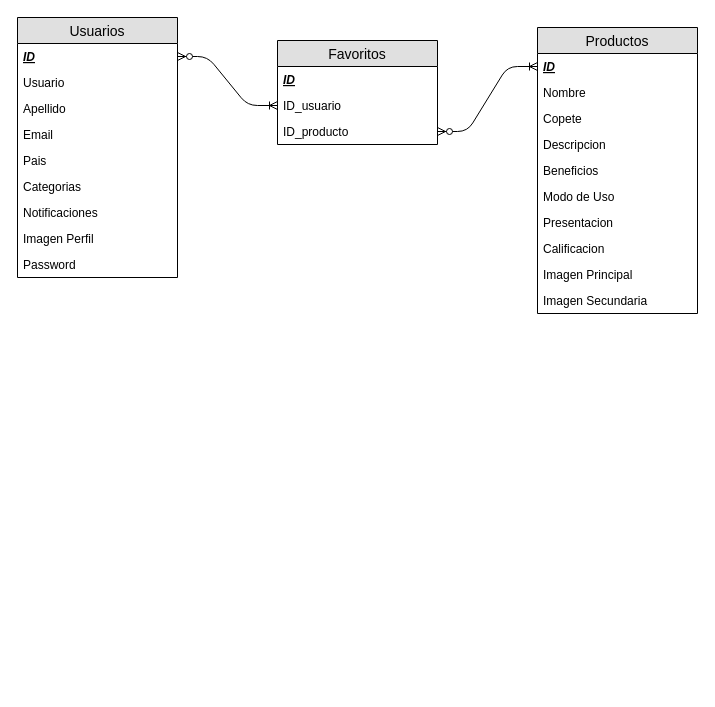
Above: maqueta/Lorem Ipsum DataBase.drawio in TomasMVazquez/lorem_ipsum (draw.io), before the change. Source tidied: cells renumbered, new cells numbered last; positions are measured from the earlier drawing's top-left corner, leaving out a move shared by most shapes. Both pictures are drawn from the tidied source at 100%, with x=0, y=0 at pixel (17, 17).
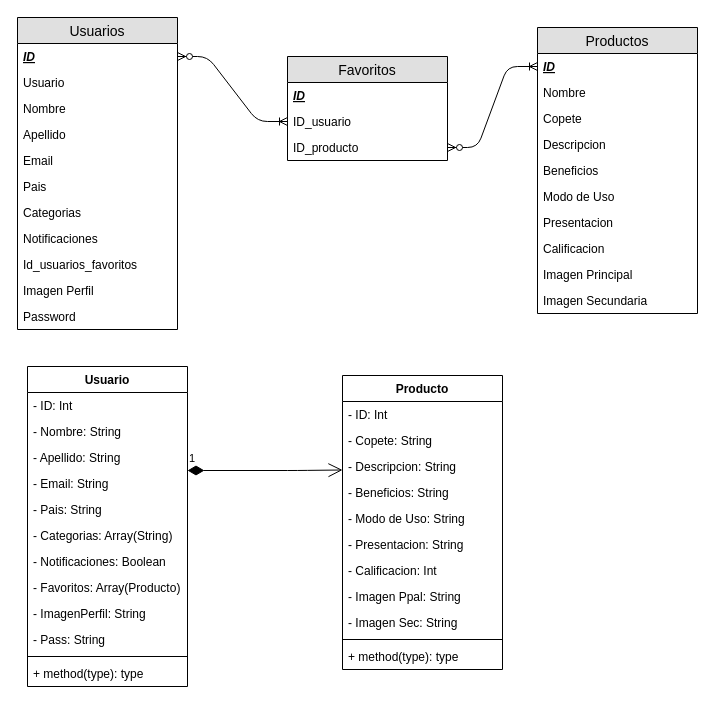
Above is the later version.

Commit message:
maqueta UML

What changed in the source:
```diff
@@
     <mxCell id="2" value="Usuarios" style="swimlane;fontStyle=0;horizontal=1;startSize=26;fillColor=#e0e0e0;swimlaneFillColor=#ffffff;align=center;fontSize=14;" parent="1" vertex="1">
-      <mxGeometry width="160" height="260" as="geometry" />
+      <mxGeometry width="160" height="312" as="geometry" />
     </mxCell>
@@
+    <mxCell id="29" value="Nombre" style="text;strokeColor=none;fillColor=none;spacingLeft=4;spacingRight=4;overflow=hidden;fontSize=12;" parent="2" vertex="1">
+      <mxGeometry y="78" width="160" height="26" as="geometry" />
+    </mxCell>
     <mxCell id="5" value="Apellido" style="text;strokeColor=none;fillColor=none;spacingLeft=4;spacingRight=4;overflow=hidden;fontSize=12;" parent="2" vertex="1">
-      <mxGeometry y="78" width="160" height="26" as="geometry" />
+      <mxGeometry y="104" width="160" height="26" as="geometry" />
     </mxCell>
     <mxCell id="6" value="Email" style="text;strokeColor=none;fillColor=none;spacingLeft=4;spacingRight=4;overflow=hidden;fontSize=12;" parent="2" vertex="1">
-      <mxGeometry y="104" width="160" height="26" as="geometry" />
+      <mxGeometry y="130" width="160" height="26" as="geometry" />
     </mxCell>
     <mxCell id="7" value="Pais" style="text;strokeColor=none;fillColor=none;spacingLeft=4;spacingRight=4;overflow=hidden;fontSize=12;" parent="2" vertex="1">
-      <mxGeometry y="130" width="160" height="26" as="geometry" />
+      <mxGeometry y="156" width="160" height="26" as="geometry" />
     </mxCell>
     <mxCell id="8" value="Categorias" style="text;strokeColor=none;fillColor=none;spacingLeft=4;spacingRight=4;overflow=hidden;fontSize=12;" parent="2" vertex="1">
-      <mxGeometry y="156" width="160" height="26" as="geometry" />
+      <mxGeometry y="182" width="160" height="26" as="geometry" />
     </mxCell>
     <mxCell id="9" value="Notificaciones" style="text;strokeColor=none;fillColor=none;spacingLeft=4;spacingRight=4;overflow=hidden;fontSize=12;" parent="2" vertex="1">
-      <mxGeometry y="182" width="160" height="26" as="geometry" />
+      <mxGeometry y="208" width="160" height="26" as="geometry" />
     </mxCell>
+    <mxCell id="30" value="Id_usuarios_favoritos" style="text;strokeColor=none;fillColor=none;spacingLeft=4;spacingRight=4;overflow=hidden;fontSize=12;" parent="2" vertex="1">
+      <mxGeometry y="234" width="160" height="26" as="geometry" />
+    </mxCell>
     <mxCell id="10" value="Imagen Perfil" style="text;strokeColor=none;fillColor=none;spacingLeft=4;spacingRight=4;overflow=hidden;fontSize=12;" parent="2" vertex="1">
-      <mxGeometry y="208" width="160" height="26" as="geometry" />
+      <mxGeometry y="260" width="160" height="26" as="geometry" />
     </mxCell>
     <mxCell id="11" value="Password" style="text;strokeColor=none;fillColor=none;spacingLeft=4;spacingRight=4;overflow=hidden;fontSize=12;" parent="2" vertex="1">
-      <mxGeometry y="234" width="160" height="26" as="geometry" />
+      <mxGeometry y="286" width="160" height="26" as="geometry" />
     </mxCell>
@@
     <mxCell id="23" value="Favoritos" style="swimlane;fontStyle=0;horizontal=1;startSize=26;fillColor=#e0e0e0;swimlaneFillColor=#ffffff;align=center;fontSize=14;" parent="1" vertex="1">
-      <mxGeometry x="260" y="23" width="160" height="104" as="geometry" />
+      <mxGeometry x="270" y="39" width="160" height="104" as="geometry" />
     </mxCell>
@@
+    <mxCell id="31" value="Usuario" style="swimlane;fontStyle=1;align=center;verticalAlign=top;horizontal=1;startSize=26;" parent="1" vertex="1">
+      <mxGeometry x="10" y="349" width="160" height="320" as="geometry" />
+    </mxCell>
+    <mxCell id="32" value="- ID: Int" style="text;strokeColor=none;fillColor=none;align=left;verticalAlign=top;spacingLeft=4;spacingRight=4;overflow=hidden;" parent="31" vertex="1">
+      <mxGeometry y="26" width="160" height="26" as="geometry" />
+    </mxCell>
+    <mxCell id="33" value="- Nombre: String" style="text;strokeColor=none;fillColor=none;align=left;verticalAlign=top;spacingLeft=4;spacingRight=4;overflow=hidden;" parent="31" vertex="1">
+      <mxGeometry y="52" width="160" height="26" as="geometry" />
+    </mxCell>
+    <mxCell id="34" value="- Apellido: String" style="text;strokeColor=none;fillColor=none;align=left;verticalAlign=top;spacingLeft=4;spacingRight=4;overflow=hidden;" parent="31" vertex="1">
+      <mxGeometry y="78" width="160" height="26" as="geometry" />
+    </mxCell>
+    <mxCell id="35" value="- Email: String" style="text;strokeColor=none;fillColor=none;align=left;verticalAlign=top;spacingLeft=4;spacingRight=4;overflow=hidden;" parent="31" vertex="1">
+      <mxGeometry y="104" width="160" height="26" as="geometry" />
+    </mxCell>
+    <mxCell id="36" value="- Pais: String" style="text;strokeColor=none;fillColor=none;align=left;verticalAlign=top;spacingLeft=4;spacingRight=4;overflow=hidden;" parent="31" vertex="1">
+      <mxGeometry y="130" width="160" height="26" as="geometry" />
+    </mxCell>
+    <mxCell id="37" value="- Categorias: Array(String)" style="text;strokeColor=none;fillColor=none;align=left;verticalAlign=top;spacingLeft=4;spacingRight=4;overflow=hidden;" parent="31" vertex="1">
+      <mxGeometry y="156" width="160" height="26" as="geometry" />
+    </mxCell>
+    <mxCell id="38" value="- Notificaciones: Boolean" style="text;strokeColor=none;fillColor=none;align=left;verticalAlign=top;spacingLeft=4;spacingRight=4;overflow=hidden;" parent="31" vertex="1">
+      <mxGeometry y="182" width="160" height="26" as="geometry" />
+    </mxCell>
+    <mxCell id="39" value="- Favoritos: Array(Producto)" style="text;strokeColor=none;fillColor=none;align=left;verticalAlign=top;spacingLeft=4;spacingRight=4;overflow=hidden;" parent="31" vertex="1">
+      <mxGeometry y="208" width="160" height="26" as="geometry" />
+    </mxCell>
+    <mxCell id="40" value="- ImagenPerfil: String" style="text;strokeColor=none;fillColor=none;align=left;verticalAlign=top;spacingLeft=4;spacingRight=4;overflow=hidden;" parent="31" vertex="1">
+      <mxGeometry y="234" width="160" height="26" as="geometry" />
+    </mxCell>
+    <mxCell id="41" value="- Pass: String" style="text;strokeColor=none;fillColor=none;align=left;verticalAlign=top;spacingLeft=4;spacingRight=4;overflow=hidden;" parent="31" vertex="1">
+      <mxGeometry y="260" width="160" height="26" as="geometry" />
+    </mxCell>
+    <mxCell id="42" style="line;strokeWidth=1;fillColor=none;align=left;verticalAlign=middle;spacingTop=-1;spacingLeft=3;spacingRight=3;labelPosition=right;" parent="31" vertex="1">
+      <mxGeometry y="286" width="160" height="8" as="geometry" />
+    </mxCell>
+    <mxCell id="43" value="+ method(type): type" style="text;strokeColor=none;fillColor=none;align=left;verticalAlign=top;spacingLeft=4;spacingRight=4;overflow=hidden;" parent="31" vertex="1">
+      <mxGeometry y="294" width="160" height="26" as="geometry" />
+    </mxCell>
+    <mxCell id="44" value="Producto" style="swimlane;fontStyle=1;align=center;verticalAlign=top;horizontal=1;startSize=26;" parent="1" vertex="1">
+      <mxGeometry x="325" y="358" width="160" height="294" as="geometry" />
+    </mxCell>
+    <mxCell id="45" value="- ID: Int" style="text;strokeColor=none;fillColor=none;align=left;verticalAlign=top;spacingLeft=4;spacingRight=4;overflow=hidden;" parent="44" vertex="1">
+      <mxGeometry y="26" width="160" height="26" as="geometry" />
+    </mxCell>
+    <mxCell id="46" value="- Copete: String" style="text;strokeColor=none;fillColor=none;align=left;verticalAlign=top;spacingLeft=4;spacingRight=4;overflow=hidden;" parent="44" vertex="1">
+      <mxGeometry y="52" width="160" height="26" as="geometry" />
+    </mxCell>
+    <mxCell id="47" value="- Descripcion: String" style="text;strokeColor=none;fillColor=none;align=left;verticalAlign=top;spacingLeft=4;spacingRight=4;overflow=hidden;" parent="44" vertex="1">
+      <mxGeometry y="78" width="160" height="26" as="geometry" />
+    </mxCell>
+    <mxCell id="48" value="- Beneficios: String" style="text;strokeColor=none;fillColor=none;align=left;verticalAlign=top;spacingLeft=4;spacingRight=4;overflow=hidden;" parent="44" vertex="1">
+      <mxGeometry y="104" width="160" height="26" as="geometry" />
+    </mxCell>
+    <mxCell id="49" value="- Modo de Uso: String" style="text;strokeColor=none;fillColor=none;align=left;verticalAlign=top;spacingLeft=4;spacingRight=4;overflow=hidden;" parent="44" vertex="1">
+      <mxGeometry y="130" width="160" height="26" as="geometry" />
+    </mxCell>
+    <mxCell id="50" value="- Presentacion: String" style="text;strokeColor=none;fillColor=none;align=left;verticalAlign=top;spacingLeft=4;spacingRight=4;overflow=hidden;" parent="44" vertex="1">
+      <mxGeometry y="156" width="160" height="26" as="geometry" />
+    </mxCell>
+    <mxCell id="51" value="- Calificacion: Int" style="text;strokeColor=none;fillColor=none;align=left;verticalAlign=top;spacingLeft=4;spacingRight=4;overflow=hidden;" parent="44" vertex="1">
+      <mxGeometry y="182" width="160" height="26" as="geometry" />
+    </mxCell>
+    <mxCell id="52" value="- Imagen Ppal: String" style="text;strokeColor=none;fillColor=none;align=left;verticalAlign=top;spacingLeft=4;spacingRight=4;overflow=hidden;" parent="44" vertex="1">
+      <mxGeometry y="208" width="160" height="26" as="geometry" />
+    </mxCell>
+    <mxCell id="53" value="- Imagen Sec: String" style="text;strokeColor=none;fillColor=none;align=left;verticalAlign=top;spacingLeft=4;spacingRight=4;overflow=hidden;" parent="44" vertex="1">
+      <mxGeometry y="234" width="160" height="26" as="geometry" />
+    </mxCell>
+    <mxCell id="54" style="line;strokeWidth=1;fillColor=none;align=left;verticalAlign=middle;spacingTop=-1;spacingLeft=3;spacingRight=3;labelPosition=right;" parent="44" vertex="1">
+      <mxGeometry y="260" width="160" height="8" as="geometry" />
+    </mxCell>
+    <mxCell id="55" value="+ method(type): type" style="text;strokeColor=none;fillColor=none;align=left;verticalAlign=top;spacingLeft=4;spacingRight=4;overflow=hidden;" parent="44" vertex="1">
+      <mxGeometry y="268" width="160" height="26" as="geometry" />
+    </mxCell>
+    <mxCell id="56" value="1" style="endArrow=open;html=1;endSize=12;startArrow=diamondThin;startSize=14;startFill=1;edgeStyle=orthogonalEdgeStyle;align=left;verticalAlign=bottom;" parent="1" edge="1">
+      <mxGeometry x="-1" y="3" relative="1" as="geometry">
+        <mxPoint x="170" y="453" as="sourcePoint" />
+        <mxPoint x="325" y="452.5" as="targetPoint" />
+        <Array as="points">
+          <mxPoint x="280" y="453" />
+          <mxPoint x="280" y="453" />
+        </Array>
+      </mxGeometry>
+    </mxCell>
```
